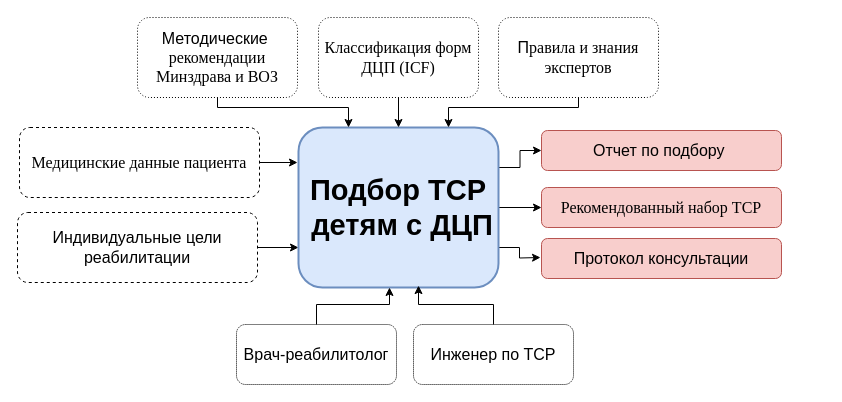
oksana-niki/intelligent-systems-lab keeps this draw.io diagram as project/tobe_idef_0.drawio. Above is the earlier version. Source tidied: cells renumbered, new cells numbered last; positions are measured from the earlier drawing's top-left corner, leaving out a move shared by most shapes. Both pictures are drawn from the tidied source at 100%, with x=0, y=0 at pixel (17, 17).
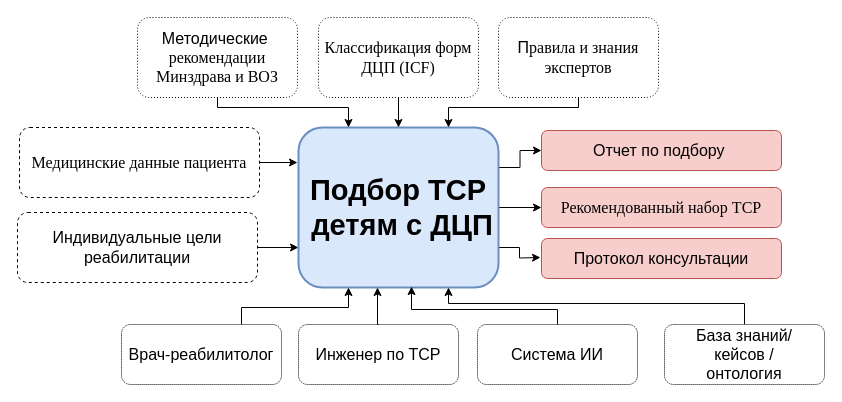
After the change.

Unchanged cells that the change refers to:
```xml
<mxCell id="9" value="Подбор ТСР&lt;div&gt;&amp;nbsp;детям с ДЦП&lt;/div&gt;" style="rounded=1;whiteSpace=wrap;html=1;fillColor=#dae8fc;strokeColor=#6c8ebf;fontSize=29;fontStyle=1;strokeWidth=2;" parent="1" vertex="1">
  <mxGeometry x="281" y="110" width="200" height="160" as="geometry" />
</mxCell>
```

Change to the diagram source:
```diff
@@
+    <mxCell id="21" style="edgeStyle=orthogonalEdgeStyle;rounded=0;jettySize=auto;html=1;exitX=0.75;exitY=0;exitDx=0;exitDy=0;entryX=0.25;entryY=1;entryDx=0;entryDy=0;" parent="1" edge="1" source="17" target="9">
+      <mxGeometry relative="1" as="geometry">
+        <Array as="points">
+          <mxPoint x="224" y="290" />
+          <mxPoint x="331" y="290" />
+        </Array>
+      </mxGeometry>
+    </mxCell>
     <mxCell id="17" value="Врач-реабилитолог" style="rounded=1;whiteSpace=wrap;html=1;fontSize=16;dashed=1;dashPattern=1 1;" parent="1" vertex="1">
-      <mxGeometry x="219" y="307" width="160" height="60" as="geometry" />
+      <mxGeometry x="104" y="307" width="160" height="60" as="geometry" />
     </mxCell>
     <mxCell id="18" value="Инженер по ТСР" style="rounded=1;whiteSpace=wrap;html=1;fontSize=16;dashed=1;dashPattern=1 1;" parent="1" vertex="1">
-      <mxGeometry x="396" y="307" width="160" height="60" as="geometry" />
+      <mxGeometry x="281" y="307" width="160" height="60" as="geometry" />
     </mxCell>
@@
-    <mxCell id="21" style="edgeStyle=orthogonalEdgeStyle;rounded=0;jettySize=auto;html=1;exitX=0.5;exitY=0;exitDx=0;exitDy=0;entryX=0.455;entryY=1;entryDx=0;entryDy=0;entryPerimeter=0;" parent="1" edge="1" source="17" target="9">
-      <mxGeometry relative="1" as="geometry" />
-    </mxCell>
+    <mxCell id="23" value="Система ИИ" style="rounded=1;whiteSpace=wrap;html=1;fontSize=16;dashed=1;dashPattern=1 1;" parent="1" vertex="1">
+      <mxGeometry x="460" y="307" width="160" height="60" as="geometry" />
+    </mxCell>
+    <mxCell id="24" style="edgeStyle=orthogonalEdgeStyle;rounded=0;jettySize=auto;html=1;entryX=0.75;entryY=1;entryDx=0;entryDy=0;" parent="1" edge="1" source="25" target="9">
+      <mxGeometry relative="1" as="geometry">
+        <Array as="points">
+          <mxPoint x="727" y="286" />
+          <mxPoint x="431" y="286" />
+        </Array>
+      </mxGeometry>
+    </mxCell>
+    <mxCell id="25" value="База знаний/&lt;div&gt;кейсов /&lt;/div&gt;&lt;div&gt;онтология&lt;/div&gt;" style="rounded=1;whiteSpace=wrap;html=1;fontSize=16;dashed=1;dashPattern=1 1;" parent="1" vertex="1">
+      <mxGeometry x="647" y="307" width="160" height="60" as="geometry" />
+    </mxCell>
-    <mxCell id="22" style="edgeStyle=orthogonalEdgeStyle;rounded=0;jettySize=auto;html=1;exitX=0.5;exitY=0;exitDx=0;exitDy=0;entryX=0.6;entryY=0.988;entryDx=0;entryDy=0;entryPerimeter=0;" parent="1" edge="1" source="18" target="9">
+    <mxCell id="22" style="edgeStyle=orthogonalEdgeStyle;rounded=0;jettySize=auto;html=1;exitX=0.5;exitY=0;exitDx=0;exitDy=0;entryX=0.395;entryY=1;entryDx=0;entryDy=0;entryPerimeter=0;" parent="1" edge="1" source="18" target="9">
       <mxGeometry relative="1" as="geometry" />
     </mxCell>
+    <mxCell id="26" style="edgeStyle=orthogonalEdgeStyle;rounded=0;jettySize=auto;html=1;exitX=0.5;exitY=0;exitDx=0;exitDy=0;entryX=0.565;entryY=0.994;entryDx=0;entryDy=0;entryPerimeter=0;" parent="1" edge="1" source="23" target="9">
+      <mxGeometry relative="1" as="geometry">
+        <Array as="points">
+          <mxPoint x="540" y="292" />
+          <mxPoint x="394" y="292" />
+        </Array>
+      </mxGeometry>
+    </mxCell>
```
